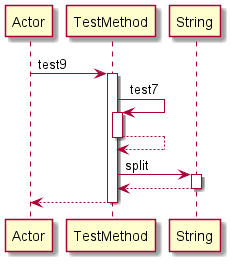
Before: Diagrams/REFLECTION/test9.png, a diagram exported from PlantUML (manucapo/Gardener). The source it was exported from:
```plantuml
@startuml
participant Actor
Actor -> TestMethod: test9
activate TestMethod
TestMethod -> TestMethod: test7
activate TestMethod
TestMethod-->TestMethod
deactivate TestMethod
TestMethod -> String: split
activate String
String-->TestMethod
deactivate String
return
@enduml
```
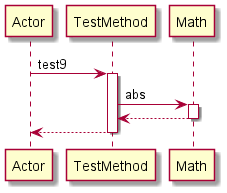
The same file after the commit.

The edit, as a diff of the source:
```diff
@@ -2,13 +2,9 @@
 participant Actor
 Actor -> TestMethod: test9
 activate TestMethod
-TestMethod -> TestMethod: test7
-activate TestMethod
-TestMethod-->TestMethod
-deactivate TestMethod
-TestMethod -> String: split
-activate String
-String-->TestMethod
-deactivate String
+TestMethod -> Math: abs
+activate Math
+Math-->TestMethod
+deactivate Math
 return
 @enduml
```
